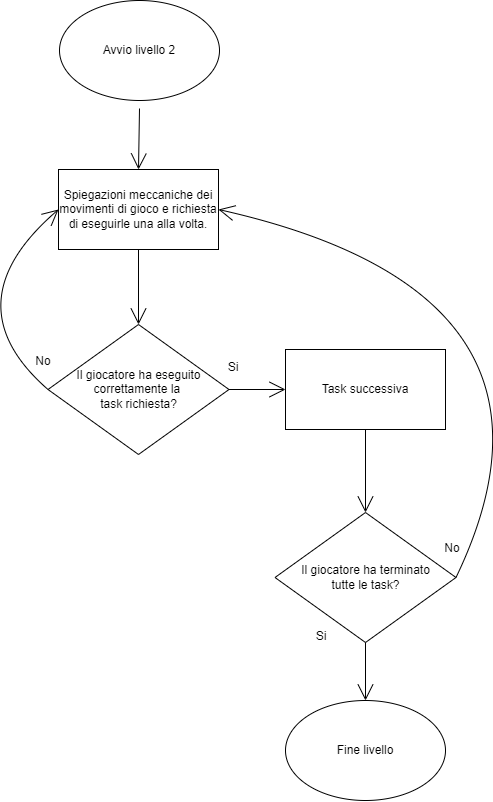
Earlier version of the draw.io export doc/img/Flowchart e Grafici/Livello2Flowchart.drawio.png (zSavT/Healthy-Catering). Source tidied: cells renumbered, new cells last; positions are measured from the earlier drawing's top-left corner, leaving out a move shared by most shapes.
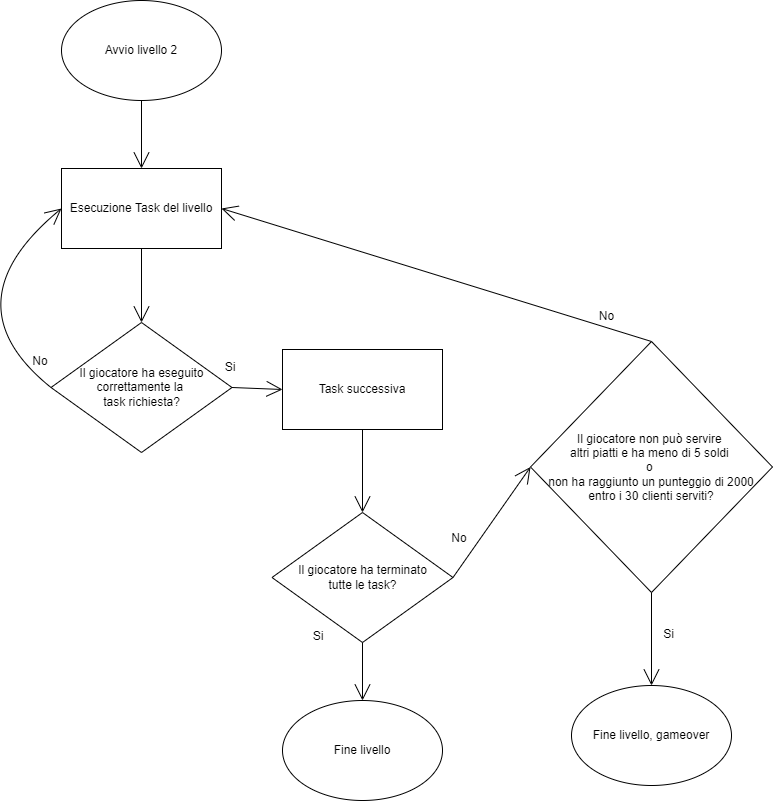
The same diagram one commit later.

What changed in the source:
```diff
@@ -2,32 +2,24 @@
   <root>
     <mxCell id="0" />
     <mxCell id="1" parent="0" />
-    <mxCell id="2" style="edgeStyle=none;curved=1;rounded=0;jettySize=auto;html=1;endArrow=open;startSize=14;endSize=14;sourcePerimeterSpacing=8;targetPerimeterSpacing=8;entryX=0.5;entryY=0;entryDx=0;entryDy=0;" parent="1" edge="1" source="3" target="6">
-      <mxGeometry relative="1" as="geometry" />
-    </mxCell>
+    <mxCell id="20" style="edgeStyle=none;curved=1;rounded=0;jettySize=auto;html=1;endArrow=open;startSize=14;endSize=14;sourcePerimeterSpacing=8;targetPerimeterSpacing=8;entryX=0.5;entryY=0;entryDx=0;entryDy=0;exitX=0.5;exitY=1;exitDx=0;exitDy=0;" parent="1" edge="1" source="3" target="21">
+      <mxGeometry relative="1" as="geometry" />
+    </mxCell>
     <mxCell id="3" value="Avvio livello 2" style="ellipse;whiteSpace=wrap;html=1;hachureGap=4;" parent="1" vertex="1">
-      <mxGeometry x="110" width="160" height="100" as="geometry" />
+      <mxGeometry x="115" width="160" height="100" as="geometry" />
     </mxCell>
-    <mxCell id="4" style="edgeStyle=none;jettySize=auto;html=1;rounded=0;fontSize=12;endArrow=open;startSize=14;endSize=14;sourcePerimeterSpacing=8;targetPerimeterSpacing=8;curved=1;exitX=1;exitY=0.5;exitDx=0;exitDy=0;entryX=1;entryY=0.5;entryDx=0;entryDy=0;" parent="1" edge="1" source="x">
-      <mxGeometry relative="1" as="geometry">
-        <mxPoint x="27" y="346" as="targetPoint" />
-        <Array as="points">
-          <mxPoint x="479" y="474" />
-        </Array>
-      </mxGeometry>
-    </mxCell>
     <mxCell id="5" value="Fine livello" style="ellipse;whiteSpace=wrap;html=1;hachureGap=4;fontSize=12;" parent="1" vertex="1">
       <mxGeometry x="336" y="700" width="160" height="100" as="geometry" />
     </mxCell>
-    <mxCell id="6" value="Spiegazioni meccaniche dei movimenti di gioco e richiesta di eseguirle una alla volta." style="rounded=0;whiteSpace=wrap;html=1;hachureGap=4;fontSize=12;" parent="1" vertex="1">
-      <mxGeometry x="109" y="169" width="160" height="80" as="geometry" />
-    </mxCell>
+    <mxCell id="21" value="Esecuzione Task del livello" style="rounded=0;whiteSpace=wrap;html=1;hachureGap=4;fontSize=12;" parent="1" vertex="1">
+      <mxGeometry x="115" y="168" width="160" height="80" as="geometry" />
+    </mxCell>
     <mxCell id="7" value="Il giocatore ha eseguito correttamente la &lt;br&gt;task richiesta?" style="rhombus;whiteSpace=wrap;html=1;hachureGap=4;fontSize=12;" parent="1" vertex="1">
-      <mxGeometry x="98.5" y="324" width="181" height="130" as="geometry" />
+      <mxGeometry x="104.5" y="322" width="181" height="130" as="geometry" />
     </mxCell>
-    <mxCell id="8" style="edgeStyle=none;jettySize=auto;html=1;rounded=0;fontSize=12;endArrow=open;startSize=14;endSize=14;sourcePerimeterSpacing=8;targetPerimeterSpacing=8;curved=1;exitX=0.5;exitY=1;exitDx=0;exitDy=0;entryX=0.5;entryY=0;entryDx=0;entryDy=0;" parent="1" edge="1" source="6" target="7">
-      <mxGeometry relative="1" as="geometry" />
-    </mxCell>
+    <mxCell id="22" style="edgeStyle=none;jettySize=auto;html=1;rounded=0;fontSize=12;endArrow=open;startSize=14;endSize=14;sourcePerimeterSpacing=8;targetPerimeterSpacing=8;curved=1;exitX=0.5;exitY=1;exitDx=0;exitDy=0;entryX=0.5;entryY=0;entryDx=0;entryDy=0;" parent="1" edge="1" source="21" target="7">
+      <mxGeometry relative="1" as="geometry" />
+    </mxCell>
     <mxCell id="9" style="edgeStyle=none;jettySize=auto;html=1;rounded=0;fontSize=12;endArrow=open;startSize=14;endSize=14;sourcePerimeterSpacing=8;targetPerimeterSpacing=8;curved=1;exitX=1;exitY=0.5;exitDx=0;exitDy=0;entryX=0;entryY=0.5;entryDx=0;entryDy=0;" parent="1" edge="1" source="7" target="12">
       <mxGeometry relative="1" as="geometry" />
     </mxCell>
@@ -47,27 +39,41 @@
       <mxGeometry relative="1" as="geometry" />
     </mxCell>
     <mxCell id="15" value="No" style="text;strokeColor=none;fillColor=none;html=1;align=center;verticalAlign=middle;whiteSpace=wrap;rounded=0;hachureGap=4;fontSize=12;" parent="1" vertex="1">
-      <mxGeometry x="473" y="533" width="60" height="30" as="geometry" />
+      <mxGeometry x="483" y="523" width="60" height="30" as="geometry" />
     </mxCell>
-    <mxCell id="16" style="edgeStyle=none;jettySize=auto;html=1;rounded=0;fontSize=12;endArrow=open;startSize=14;endSize=14;sourcePerimeterSpacing=8;targetPerimeterSpacing=8;curved=1;exitX=1;exitY=0.5;exitDx=0;exitDy=0;entryX=1;entryY=0.5;entryDx=0;entryDy=0;" parent="1" edge="1" source="13" target="6">
-      <mxGeometry relative="1" as="geometry">
-        <Array as="points">
-          <mxPoint x="643" y="293" />
-        </Array>
-      </mxGeometry>
-    </mxCell>
-    <mxCell id="17" style="edgeStyle=none;jettySize=auto;html=1;rounded=0;fontSize=12;endArrow=open;startSize=14;endSize=14;sourcePerimeterSpacing=8;targetPerimeterSpacing=8;curved=1;exitX=0;exitY=0.5;exitDx=0;exitDy=0;entryX=0;entryY=0.5;entryDx=0;entryDy=0;" parent="1" edge="1" source="7" target="6">
-      <mxGeometry relative="1" as="geometry">
-        <Array as="points">
-          <mxPoint y="303" />
-        </Array>
-      </mxGeometry>
-    </mxCell>
+    <mxCell id="23" style="edgeStyle=none;jettySize=auto;html=1;rounded=0;fontSize=12;endArrow=open;startSize=14;endSize=14;sourcePerimeterSpacing=8;targetPerimeterSpacing=8;curved=1;exitX=0;exitY=0.5;exitDx=0;exitDy=0;entryX=0;entryY=0.5;entryDx=0;entryDy=0;" parent="1" edge="1" source="7" target="21">
+      <mxGeometry relative="1" as="geometry">
+        <Array as="points">
+          <mxPoint y="303" />
+        </Array>
+      </mxGeometry>
+    </mxCell>
     <mxCell id="18" value="Si" style="text;strokeColor=none;fillColor=none;html=1;align=center;verticalAlign=middle;whiteSpace=wrap;rounded=0;hachureGap=4;fontSize=12;" parent="1" vertex="1">
       <mxGeometry x="342" y="621" width="60" height="30" as="geometry" />
     </mxCell>
     <mxCell id="19" style="edgeStyle=none;jettySize=auto;html=1;rounded=0;fontSize=12;endArrow=open;startSize=14;endSize=14;sourcePerimeterSpacing=8;targetPerimeterSpacing=8;curved=1;exitX=0.5;exitY=1;exitDx=0;exitDy=0;entryX=0.5;entryY=0;entryDx=0;entryDy=0;" parent="1" edge="1" source="13" target="5">
       <mxGeometry relative="1" as="geometry" />
     </mxCell>
+    <mxCell id="24" value="Il giocatore non può servire &lt;br&gt;altri piatti e ha meno di 5 soldi &lt;br&gt;o &lt;br&gt;non ha raggiunto un punteggio di 2000&lt;br&gt;entro i 30 clienti serviti?" style="rhombus;whiteSpace=wrap;html=1;hachureGap=4;fontSize=12;" parent="1" vertex="1">
+      <mxGeometry x="584" y="341" width="242" height="251" as="geometry" />
+    </mxCell>
+    <mxCell id="25" style="edgeStyle=none;jettySize=auto;html=1;rounded=0;fontSize=12;endArrow=open;startSize=14;endSize=14;sourcePerimeterSpacing=8;targetPerimeterSpacing=8;curved=1;exitX=1;exitY=0.5;exitDx=0;exitDy=0;entryX=0;entryY=0.5;entryDx=0;entryDy=0;" parent="1" edge="1" source="13" target="24">
+      <mxGeometry relative="1" as="geometry" />
+    </mxCell>
+    <mxCell id="26" style="edgeStyle=none;jettySize=auto;html=1;rounded=0;fontSize=12;endArrow=open;startSize=14;endSize=14;sourcePerimeterSpacing=8;targetPerimeterSpacing=8;curved=1;exitX=0.5;exitY=1;exitDx=0;exitDy=0;entryX=0.5;entryY=0;entryDx=0;entryDy=0;" parent="1" edge="1" source="24" target="28">
+      <mxGeometry relative="1" as="geometry" />
+    </mxCell>
+    <mxCell id="27" value="Si" style="text;html=1;align=center;verticalAlign=middle;strokeColor=none;fillColor=none;hachureGap=4;" parent="1" vertex="1">
+      <mxGeometry x="707" y="621" width="29" height="26" as="geometry" />
+    </mxCell>
+    <mxCell id="28" value="Fine livello, gameover" style="ellipse;whiteSpace=wrap;html=1;hachureGap=4;fontSize=12;" parent="1" vertex="1">
+      <mxGeometry x="625" y="685" width="160" height="100" as="geometry" />
+    </mxCell>
+    <mxCell id="29" style="edgeStyle=none;jettySize=auto;html=1;rounded=0;fontSize=12;endArrow=open;startSize=14;endSize=14;sourcePerimeterSpacing=8;targetPerimeterSpacing=8;curved=1;exitX=0.5;exitY=0;exitDx=0;exitDy=0;entryX=1;entryY=0.5;entryDx=0;entryDy=0;" parent="1" edge="1" source="24" target="21">
+      <mxGeometry relative="1" as="geometry" />
+    </mxCell>
+    <mxCell id="30" value="No" style="text;html=1;align=center;verticalAlign=middle;strokeColor=none;fillColor=none;hachureGap=4;" parent="1" vertex="1">
+      <mxGeometry x="643" y="303" width="33" height="26" as="geometry" />
+    </mxCell>
   </root>
 </mxGraphModel>
```
